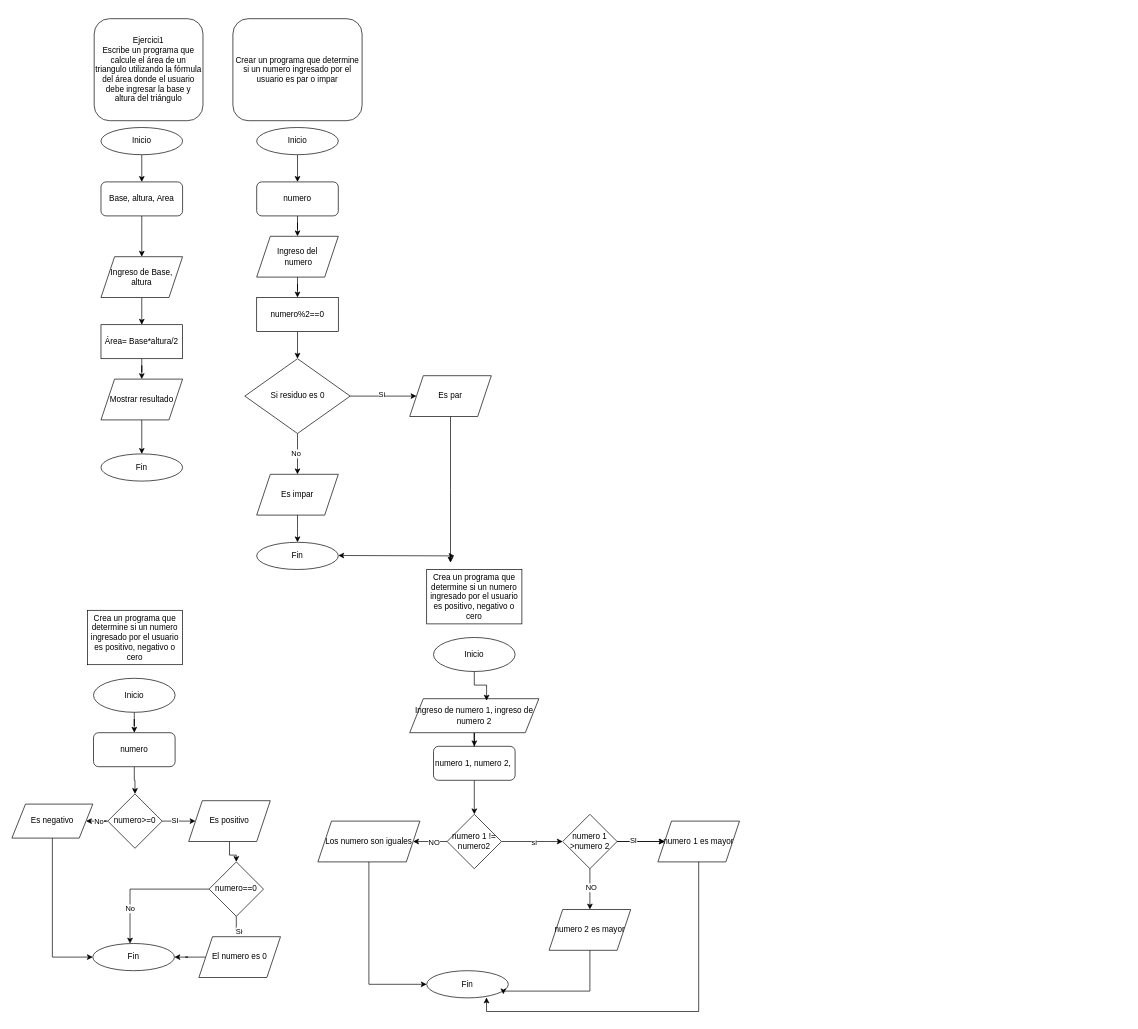
Above: Ejercicios.drawio in PRESTEBAN/Insumo1-u (draw.io), before the change. Source tidied: cells renumbered, new cells numbered last; positions are measured from the earlier drawing's top-left corner, leaving out a move shared by most shapes. Both pictures are drawn from the tidied source at 68%, with x=0, y=0 at pixel (12, 18).
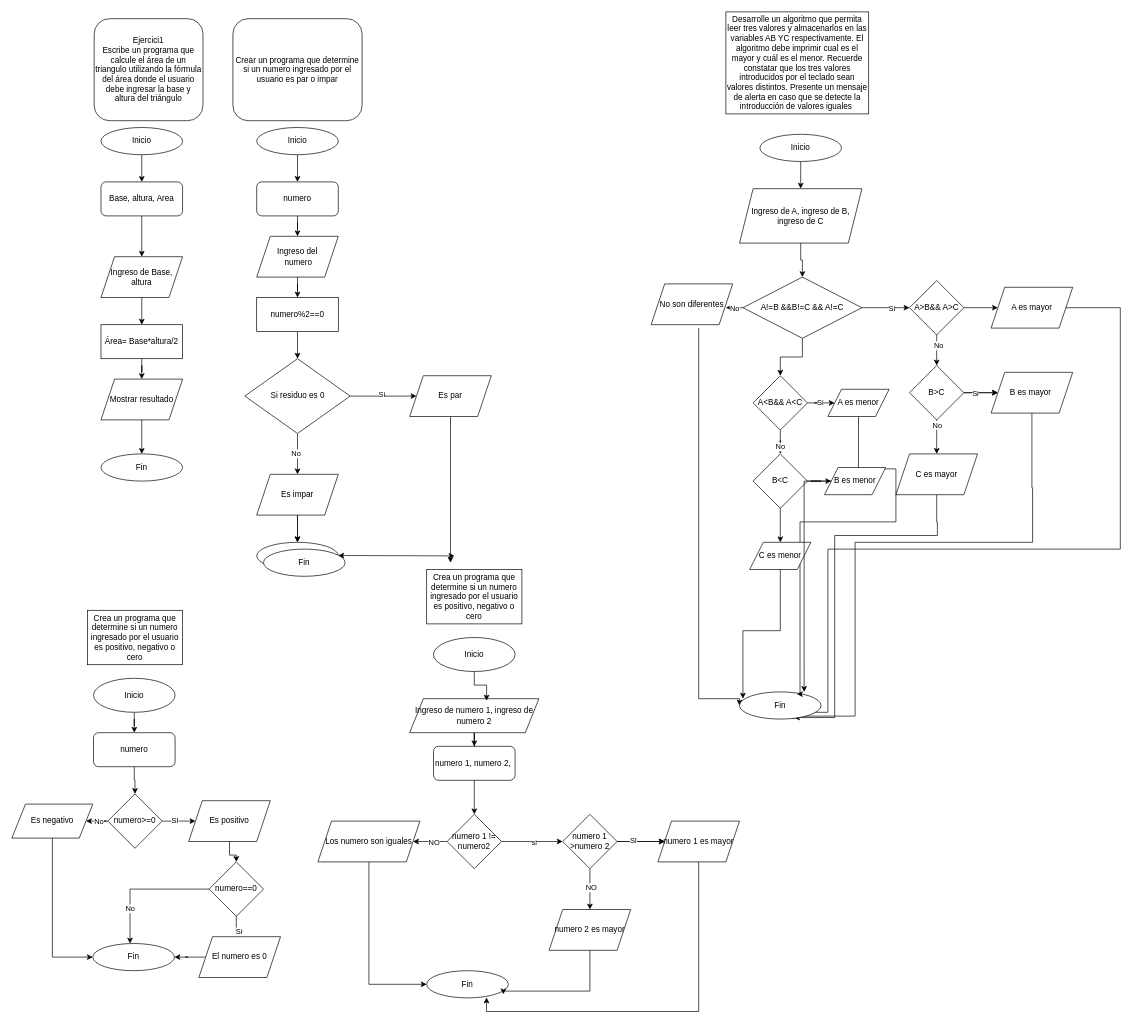
The same diagram, later.

Unchanged cells that the change refers to:
```xml
<mxCell id="31" value="Es impar" style="shape=parallelogram;perimeter=parallelogramPerimeter;whiteSpace=wrap;html=1;fixedSize=1;" parent="1" vertex="1">
  <mxGeometry x="360" y="670" width="120" height="60" as="geometry" />
</mxCell>
<mxCell id="32" value="Fin" style="ellipse;whiteSpace=wrap;html=1;" parent="1" vertex="1">
  <mxGeometry x="360" y="770" width="120" height="40" as="geometry" />
</mxCell>
```

The edit, as a diff of the source:
```diff
@@
+    <mxCell id="82" style="edgeStyle=orthogonalEdgeStyle;rounded=0;jettySize=auto;html=1;" parent="1" edge="1" source="31" target="32">
+      <mxGeometry relative="1" as="geometry" />
+    </mxCell>
@@
+    <mxCell id="83" value="Desarrolle un algoritmo que permita leer tres valores y almacenarlos en las variables AB YC respectivamente. El algoritmo debe imprimir cual es el mayor y cuál es el menor. Recuerde constatar que los tres valores introducidos por el teclado sean valores distintos. Presente un mensaje de alerta en caso que se detecte la introducción de valores iguales&amp;nbsp;" style="rounded=0;whiteSpace=wrap;html=1;" parent="1" vertex="1">
+      <mxGeometry x="1050" y="-10" width="210" height="150" as="geometry" />
+    </mxCell>
+    <mxCell id="84" style="edgeStyle=orthogonalEdgeStyle;rounded=0;jettySize=auto;html=1;" parent="1" edge="1" source="85" target="87">
+      <mxGeometry relative="1" as="geometry" />
+    </mxCell>
+    <mxCell id="85" value="Inicio" style="ellipse;whiteSpace=wrap;html=1;" parent="1" vertex="1">
+      <mxGeometry x="1100" y="170" width="120" height="40" as="geometry" />
+    </mxCell>
+    <mxCell id="86" style="edgeStyle=orthogonalEdgeStyle;rounded=0;jettySize=auto;html=1;" parent="1" edge="1" source="87" target="93">
+      <mxGeometry relative="1" as="geometry" />
+    </mxCell>
+    <mxCell id="87" value="Ingreso de A, ingreso de B, ingreso de C" style="shape=parallelogram;perimeter=parallelogramPerimeter;whiteSpace=wrap;html=1;fixedSize=1;" parent="1" vertex="1">
+      <mxGeometry x="1070" y="250" width="180" height="80" as="geometry" />
+    </mxCell>
+    <mxCell id="88" style="edgeStyle=orthogonalEdgeStyle;rounded=0;jettySize=auto;html=1;" parent="1" edge="1" source="93">
+      <mxGeometry relative="1" as="geometry">
+        <mxPoint x="1050" y="424.9" as="targetPoint" />
+      </mxGeometry>
+    </mxCell>
+    <mxCell id="89" value="No" style="edgeLabel;html=1;align=center;verticalAlign=middle;" parent="88" vertex="1">
+      <mxGeometry x="0.06" y="1" relative="1" as="geometry" />
+    </mxCell>
+    <mxCell id="90" style="edgeStyle=orthogonalEdgeStyle;rounded=0;jettySize=auto;html=1;" parent="1" edge="1" source="93" target="99">
+      <mxGeometry relative="1" as="geometry" />
+    </mxCell>
+    <mxCell id="91" value="Si" style="edgeLabel;html=1;align=center;verticalAlign=middle;" parent="90" vertex="1">
+      <mxGeometry x="0.22" y="-1" relative="1" as="geometry" />
+    </mxCell>
+    <mxCell id="92" style="edgeStyle=orthogonalEdgeStyle;rounded=0;jettySize=auto;html=1;" parent="1" edge="1" source="93" target="118">
+      <mxGeometry relative="1" as="geometry" />
+    </mxCell>
+    <mxCell id="93" value="A!=B &amp;amp;&amp;amp;B!=C &amp;amp;&amp;amp; A!=C" style="rhombus;whiteSpace=wrap;html=1;" parent="1" vertex="1">
+      <mxGeometry x="1075" y="380" width="175" height="90" as="geometry" />
+    </mxCell>
+    <mxCell id="94" style="edgeStyle=orthogonalEdgeStyle;rounded=0;jettySize=auto;html=1;entryX=0;entryY=0.5;entryDx=0;entryDy=0;" parent="1" edge="1" target="113">
+      <mxGeometry relative="1" as="geometry">
+        <mxPoint x="1010" y="455" as="sourcePoint" />
+        <Array as="points">
+          <mxPoint x="1010" y="1000" />
+        </Array>
+      </mxGeometry>
+    </mxCell>
+    <mxCell id="95" value="No son diferentes" style="shape=parallelogram;perimeter=parallelogramPerimeter;whiteSpace=wrap;html=1;fixedSize=1;" parent="1" vertex="1">
+      <mxGeometry x="940" y="390" width="120" height="60" as="geometry" />
+    </mxCell>
+    <mxCell id="96" style="edgeStyle=orthogonalEdgeStyle;rounded=0;jettySize=auto;html=1;" parent="1" edge="1" source="99" target="101">
+      <mxGeometry relative="1" as="geometry" />
+    </mxCell>
+    <mxCell id="97" style="edgeStyle=orthogonalEdgeStyle;rounded=0;jettySize=auto;html=1;" parent="1" edge="1" source="99" target="107">
+      <mxGeometry relative="1" as="geometry" />
+    </mxCell>
+    <mxCell id="98" value="No" style="edgeLabel;html=1;align=center;verticalAlign=middle;" parent="97" vertex="1">
+      <mxGeometry x="-0.35" y="2" relative="1" as="geometry" />
+    </mxCell>
+    <mxCell id="99" value="A&amp;gt;B&amp;amp;&amp;amp; A&amp;gt;C" style="rhombus;whiteSpace=wrap;html=1;" parent="1" vertex="1">
+      <mxGeometry x="1320" y="385" width="80" height="80" as="geometry" />
+    </mxCell>
+    <mxCell id="100" style="edgeStyle=orthogonalEdgeStyle;rounded=0;jettySize=auto;html=1;entryX=0.5;entryY=1;entryDx=0;entryDy=0;" parent="1" edge="1" source="101" target="113">
+      <mxGeometry relative="1" as="geometry">
+        <Array as="points">
+          <mxPoint x="1630" y="425" />
+          <mxPoint x="1630" y="780" />
+          <mxPoint x="1200" y="780" />
+          <mxPoint x="1200" y="1020" />
+        </Array>
+      </mxGeometry>
+    </mxCell>
+    <mxCell id="101" value="A es mayor" style="shape=parallelogram;perimeter=parallelogramPerimeter;whiteSpace=wrap;html=1;fixedSize=1;" parent="1" vertex="1">
+      <mxGeometry x="1440" y="395" width="120" height="60" as="geometry" />
+    </mxCell>
+    <mxCell id="102" style="edgeStyle=orthogonalEdgeStyle;rounded=0;jettySize=auto;html=1;" parent="1" edge="1" source="107" target="109">
+      <mxGeometry relative="1" as="geometry" />
+    </mxCell>
+    <mxCell id="103" style="edgeStyle=orthogonalEdgeStyle;rounded=0;jettySize=auto;html=1;" parent="1" edge="1" source="107" target="109">
+      <mxGeometry relative="1" as="geometry" />
+    </mxCell>
+    <mxCell id="104" value="Si" style="edgeLabel;html=1;align=center;verticalAlign=middle;" parent="103" vertex="1">
+      <mxGeometry x="-0.34" relative="1" as="geometry" />
+    </mxCell>
+    <mxCell id="105" style="edgeStyle=orthogonalEdgeStyle;rounded=0;jettySize=auto;html=1;" parent="1" edge="1" source="107" target="111">
+      <mxGeometry relative="1" as="geometry" />
+    </mxCell>
+    <mxCell id="106" value="No" style="edgeLabel;html=1;align=center;verticalAlign=middle;" parent="105" vertex="1">
+      <mxGeometry x="-0.72" relative="1" as="geometry" />
+    </mxCell>
+    <mxCell id="107" value="B&amp;gt;C" style="rhombus;whiteSpace=wrap;html=1;" parent="1" vertex="1">
+      <mxGeometry x="1320" y="510" width="80" height="80" as="geometry" />
+    </mxCell>
+    <mxCell id="108" style="edgeStyle=orthogonalEdgeStyle;rounded=0;jettySize=auto;html=1;entryX=0.599;entryY=0.891;entryDx=0;entryDy=0;entryPerimeter=0;" parent="1" edge="1" source="109" target="113">
+      <mxGeometry relative="1" as="geometry">
+        <Array as="points">
+          <mxPoint x="1500" y="690" />
+          <mxPoint x="1501" y="770" />
+          <mxPoint x="1240" y="770" />
+          <mxPoint x="1240" y="1016" />
+        </Array>
+      </mxGeometry>
+    </mxCell>
+    <mxCell id="109" value="B es mayor&amp;nbsp;" style="shape=parallelogram;perimeter=parallelogramPerimeter;whiteSpace=wrap;html=1;fixedSize=1;" parent="1" vertex="1">
+      <mxGeometry x="1440" y="520" width="120" height="60" as="geometry" />
+    </mxCell>
+    <mxCell id="110" style="edgeStyle=orthogonalEdgeStyle;rounded=0;jettySize=auto;html=1;entryX=0.669;entryY=0.943;entryDx=0;entryDy=0;entryPerimeter=0;" parent="1" edge="1" source="111" target="113">
+      <mxGeometry relative="1" as="geometry">
+        <Array as="points">
+          <mxPoint x="1360" y="740" />
+          <mxPoint x="1361" y="760" />
+          <mxPoint x="1210" y="760" />
+          <mxPoint x="1210" y="1018" />
+        </Array>
+      </mxGeometry>
+    </mxCell>
+    <mxCell id="111" value="C es mayor" style="shape=parallelogram;perimeter=parallelogramPerimeter;whiteSpace=wrap;html=1;fixedSize=1;" parent="1" vertex="1">
+      <mxGeometry x="1300" y="640" width="120" height="60" as="geometry" />
+    </mxCell>
+    <mxCell id="112" value="Fin" style="ellipse;whiteSpace=wrap;html=1;" parent="1" vertex="1">
+      <mxGeometry x="370" y="780" width="120" height="40" as="geometry" />
+    </mxCell>
+    <mxCell id="113" value="Fin" style="ellipse;whiteSpace=wrap;html=1;" parent="1" vertex="1">
+      <mxGeometry x="1070" y="990" width="120" height="40" as="geometry" />
+    </mxCell>
+    <mxCell id="114" style="edgeStyle=orthogonalEdgeStyle;rounded=0;jettySize=auto;html=1;" parent="1" edge="1" source="118" target="120">
+      <mxGeometry relative="1" as="geometry" />
+    </mxCell>
+    <mxCell id="115" value="Si" style="edgeLabel;html=1;align=center;verticalAlign=middle;" parent="114" vertex="1">
+      <mxGeometry x="0.25" y="2" relative="1" as="geometry" />
+    </mxCell>
+    <mxCell id="116" style="edgeStyle=orthogonalEdgeStyle;rounded=0;jettySize=auto;html=1;" parent="1" edge="1" source="118" target="123">
+      <mxGeometry relative="1" as="geometry" />
+    </mxCell>
+    <mxCell id="117" value="No" style="edgeLabel;html=1;align=center;verticalAlign=middle;" parent="116" vertex="1">
+      <mxGeometry x="0.51" y="-1" relative="1" as="geometry" />
+    </mxCell>
+    <mxCell id="118" value="A&amp;lt;B&amp;amp;&amp;amp; A&amp;lt;C" style="rhombus;whiteSpace=wrap;html=1;" parent="1" vertex="1">
+      <mxGeometry x="1090" y="525" width="80" height="80" as="geometry" />
+    </mxCell>
+    <mxCell id="119" style="edgeStyle=orthogonalEdgeStyle;rounded=0;jettySize=auto;html=1;entryX=0.703;entryY=0.079;entryDx=0;entryDy=0;entryPerimeter=0;" parent="1" edge="1" source="120" target="113">
+      <mxGeometry relative="1" as="geometry">
+        <Array as="points">
+          <mxPoint x="1245" y="662" />
+          <mxPoint x="1300" y="662" />
+          <mxPoint x="1300" y="740" />
+          <mxPoint x="1159" y="740" />
+        </Array>
+      </mxGeometry>
+    </mxCell>
+    <mxCell id="120" value="A es menor" style="shape=parallelogram;perimeter=parallelogramPerimeter;whiteSpace=wrap;html=1;fixedSize=1;" parent="1" vertex="1">
+      <mxGeometry x="1200" y="545" width="90" height="40" as="geometry" />
+    </mxCell>
+    <mxCell id="121" style="edgeStyle=orthogonalEdgeStyle;rounded=0;jettySize=auto;html=1;" parent="1" edge="1" source="123" target="124">
+      <mxGeometry relative="1" as="geometry" />
+    </mxCell>
+    <mxCell id="122" style="edgeStyle=orthogonalEdgeStyle;rounded=0;jettySize=auto;html=1;entryX=0.5;entryY=0;entryDx=0;entryDy=0;" parent="1" edge="1" source="123" target="125">
+      <mxGeometry relative="1" as="geometry" />
+    </mxCell>
+    <mxCell id="123" value="B&amp;lt;C" style="rhombus;whiteSpace=wrap;html=1;" parent="1" vertex="1">
+      <mxGeometry x="1090" y="640" width="80" height="80" as="geometry" />
+    </mxCell>
+    <mxCell id="124" value="B es menor" style="shape=parallelogram;perimeter=parallelogramPerimeter;whiteSpace=wrap;html=1;fixedSize=1;" parent="1" vertex="1">
+      <mxGeometry x="1195" y="660" width="90" height="40" as="geometry" />
+    </mxCell>
+    <mxCell id="125" value="C es menor" style="shape=parallelogram;perimeter=parallelogramPerimeter;whiteSpace=wrap;html=1;fixedSize=1;" parent="1" vertex="1">
+      <mxGeometry x="1085" y="770" width="90" height="40" as="geometry" />
+    </mxCell>
+    <mxCell id="126" style="edgeStyle=orthogonalEdgeStyle;rounded=0;jettySize=auto;html=1;entryX=0.042;entryY=0.25;entryDx=0;entryDy=0;entryPerimeter=0;" parent="1" edge="1" source="125" target="113">
+      <mxGeometry relative="1" as="geometry" />
+    </mxCell>
+    <mxCell id="127" style="edgeStyle=orthogonalEdgeStyle;rounded=0;jettySize=auto;html=1;entryX=0.792;entryY=0;entryDx=0;entryDy=0;entryPerimeter=0;" parent="1" edge="1" source="124" target="113">
+      <mxGeometry relative="1" as="geometry" />
+    </mxCell>
```
